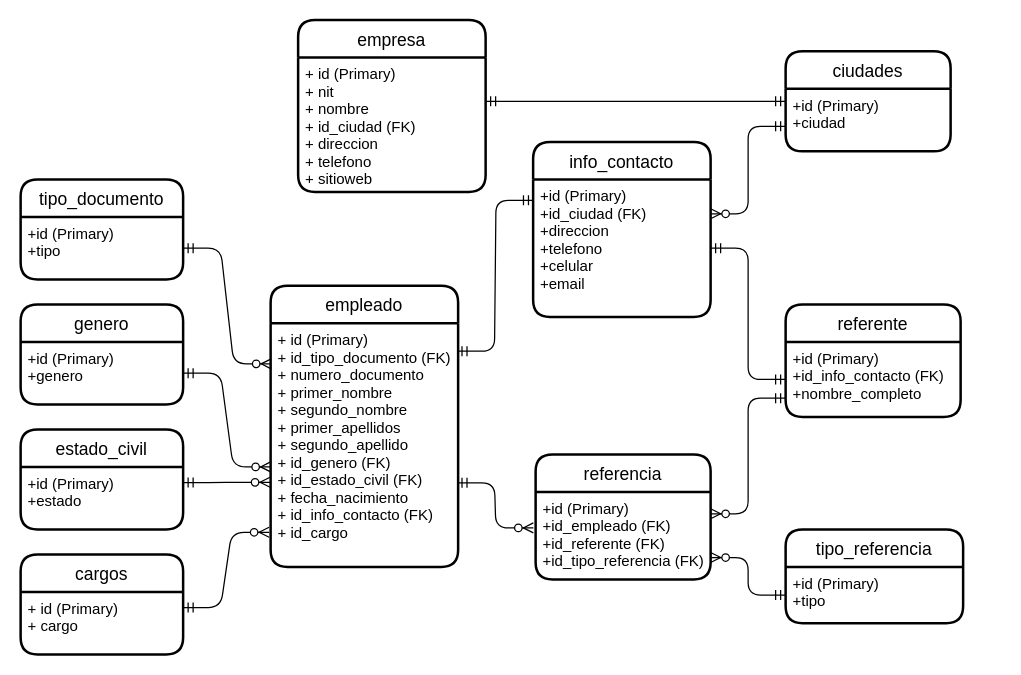
Earlier version of the draw.io diagram DiseñoRelacional.drawio (shaten10/hdv). Source tidied: cells renumbered, new cells numbered last; positions are measured from the earlier drawing's top-left corner, leaving out a move shared by most shapes. Both pictures are drawn from the tidied source at 125%, with x=0, y=0 at pixel (20, 19).
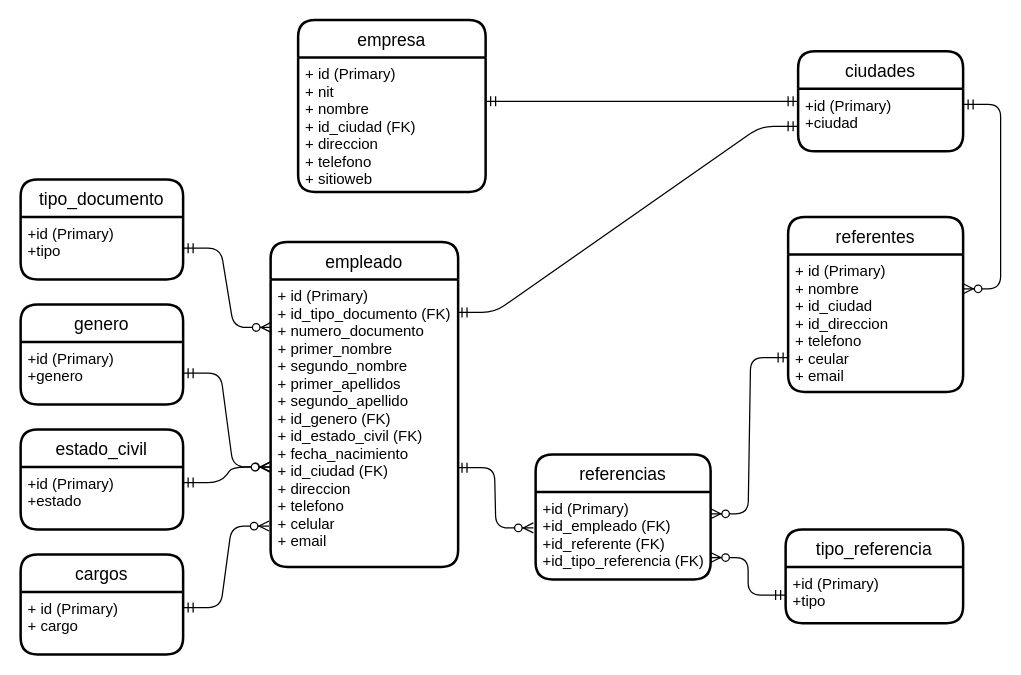
The same diagram, later.

Commit message (it also covers changes not shown here):
Diagrama final Relaciones

Unchanged cells that the change refers to:
```xml
<mxCell id="16" value="+id (Primary)&#10;+ciudad" style="align=left;strokeColor=none;fillColor=none;spacingLeft=4;fontSize=12;verticalAlign=top;" parent="15" vertex="1">
  <mxGeometry y="30" width="132" height="50" as="geometry" />
</mxCell>
```

Change to the diagram source:
```diff
@@
-    <mxCell id="2" value="info_contacto" style="swimlane;horizontal=1;startSize=30;rounded=1;fontSize=14;fontStyle=0;strokeWidth=2;shadow=0;dashed=0;align=center;" parent="1" vertex="1">
-      <mxGeometry x="410" y="98" width="142" height="140" as="geometry" />
-    </mxCell>
-    <mxCell id="3" value="+id (Primary)&#10;+id_ciudad (FK)&#10;+direccion&#10;+telefono&#10;+celular&#10;+email" style="align=left;strokeColor=none;fillColor=none;spacingLeft=4;fontSize=12;verticalAlign=top;" parent="2" vertex="1">
-      <mxGeometry y="30" width="142" height="110" as="geometry" />
-    </mxCell>
     <mxCell id="4" value="empleado" style="swimlane;horizontal=1;startSize=30;rounded=1;fontSize=14;fontStyle=0;strokeWidth=2;shadow=0;dashed=0;align=center;" parent="1" vertex="1">
-      <mxGeometry x="200" y="213" width="150" height="225" as="geometry" />
+      <mxGeometry x="200" y="178" width="150" height="260" as="geometry" />
     </mxCell>
-    <mxCell id="5" value="+ id (Primary)&#10;+ id_tipo_documento (FK)&#10;+ numero_documento&#10;+ primer_nombre&#10;+ segundo_nombre&#10;+ primer_apellidos&#10;+ segundo_apellido&#10;+ id_genero (FK)&#10;+ id_estado_civil (FK)&#10;+ fecha_nacimiento&#10;+ id_info_contacto (FK)&#10;+ id_cargo&#10;" style="align=left;strokeColor=none;fillColor=none;spacingLeft=4;fontSize=12;verticalAlign=top;" parent="4" vertex="1">
-      <mxGeometry y="30" width="150" height="195" as="geometry" />
+    <mxCell id="5" value="+ id (Primary)&#10;+ id_tipo_documento (FK)&#10;+ numero_documento&#10;+ primer_nombre&#10;+ segundo_nombre&#10;+ primer_apellidos&#10;+ segundo_apellido&#10;+ id_genero (FK)&#10;+ id_estado_civil (FK)&#10;+ fecha_nacimiento&#10;+ id_ciudad (FK)&#10;+ direccion&#10;+ telefono&#10;+ celular&#10;+ email&#10;" style="align=left;strokeColor=none;fillColor=none;spacingLeft=4;fontSize=12;verticalAlign=top;" parent="4" vertex="1">
+      <mxGeometry y="30" width="150" height="230" as="geometry" />
     </mxCell>
-    <mxCell id="6" value="referente" style="swimlane;horizontal=1;startSize=30;rounded=1;fontSize=14;fontStyle=0;strokeWidth=2;shadow=0;dashed=0;align=center;" parent="1" vertex="1">
-      <mxGeometry x="612" y="228" width="140" height="90" as="geometry" />
+    <mxCell id="6" value="referentes" style="swimlane;horizontal=1;startSize=30;rounded=1;fontSize=14;fontStyle=0;strokeWidth=2;shadow=0;dashed=0;align=center;" parent="1" vertex="1">
+      <mxGeometry x="614" y="158" width="140" height="140" as="geometry" />
     </mxCell>
-    <mxCell id="7" value="+id (Primary)&#10;+id_info_contacto (FK)&#10;+nombre_completo" style="align=left;strokeColor=none;fillColor=none;spacingLeft=4;fontSize=12;verticalAlign=top;" parent="6" vertex="1">
-      <mxGeometry y="30" width="140" height="60" as="geometry" />
+    <mxCell id="7" value="+ id (Primary)&#10;+ nombre&#10;+ id_ciudad&#10;+ id_direccion&#10;+ telefono&#10;+ ceular&#10;+ email" style="align=left;strokeColor=none;fillColor=none;spacingLeft=4;fontSize=12;verticalAlign=top;" parent="6" vertex="1">
+      <mxGeometry y="30" width="140" height="110" as="geometry" />
     </mxCell>
@@
-    <mxCell id="9" value="referencia" style="swimlane;horizontal=1;startSize=30;rounded=1;fontSize=14;fontStyle=0;strokeWidth=2;shadow=0;dashed=0;align=center;" parent="1" vertex="1">
+    <mxCell id="9" value="referencias" style="swimlane;horizontal=1;startSize=30;rounded=1;fontSize=14;fontStyle=0;strokeWidth=2;shadow=0;dashed=0;align=center;" parent="1" vertex="1">
       <mxGeometry x="412" y="348" width="140" height="100" as="geometry" />
     </mxCell>
@@
     <mxCell id="15" value="ciudades" style="swimlane;horizontal=1;startSize=30;rounded=1;fontSize=14;fontStyle=0;strokeWidth=2;shadow=0;dashed=0;align=center;" parent="1" vertex="1">
-      <mxGeometry x="612" y="25.5" width="132" height="80" as="geometry" />
+      <mxGeometry x="622" y="25.5" width="132" height="80" as="geometry" />
     </mxCell>
@@
-    <mxCell id="24" style="edgeStyle=entityRelationEdgeStyle;fontSize=12;html=1;endArrow=ERmandOne;startArrow=ERmandOne;exitX=0.994;exitY=0.115;exitDx=0;exitDy=0;exitPerimeter=0;entryX=0.002;entryY=0.152;entryDx=0;entryDy=0;entryPerimeter=0;" parent="1" edge="1" source="5" target="3">
+    <mxCell id="24" style="edgeStyle=entityRelationEdgeStyle;fontSize=12;html=1;endArrow=ERmandOne;startArrow=ERmandOne;exitX=0.994;exitY=0.115;exitDx=0;exitDy=0;exitPerimeter=0;entryX=0;entryY=0.75;entryDx=0;entryDy=0;" parent="1" edge="1" source="5" target="15">
       <mxGeometry relative="1" as="geometry" />
     </mxCell>
@@
-    <mxCell id="30" style="edgeStyle=entityRelationEdgeStyle;fontSize=12;html=1;endArrow=ERmandOne;startArrow=ERmandOne;entryX=0;entryY=0.5;entryDx=0;entryDy=0;" parent="1" edge="1" source="3" target="7">
-      <mxGeometry relative="1" as="geometry" />
-    </mxCell>
@@
-    <mxCell id="32" style="edgeStyle=entityRelationEdgeStyle;fontSize=12;html=1;endArrow=ERzeroToMany;startArrow=ERmandOne;exitX=0;exitY=0.75;exitDx=0;exitDy=0;entryX=1;entryY=0.25;entryDx=0;entryDy=0;" parent="1" edge="1" source="15" target="3">
+    <mxCell id="32" style="edgeStyle=entityRelationEdgeStyle;fontSize=12;html=1;endArrow=ERzeroToMany;startArrow=ERmandOne;entryX=1;entryY=0.25;entryDx=0;entryDy=0;exitX=1;exitY=0.25;exitDx=0;exitDy=0;" parent="1" edge="1" source="16" target="7">
       <mxGeometry relative="1" as="geometry" />
     </mxCell>
```
